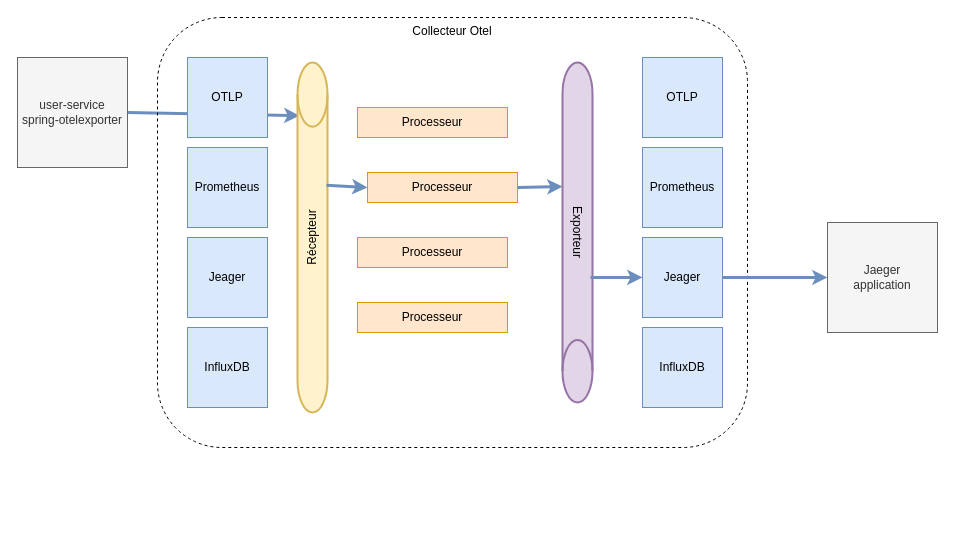
Earlier version of the draw.io diagram images/otel.drawio (chvois1/otel-spring). Source tidied: cells renumbered, new cells numbered last; positions are measured from the earlier drawing's top-left corner, leaving out a move shared by most shapes. Both pictures are drawn from the tidied source at 100%, with x=0, y=0 at pixel (17, 17).
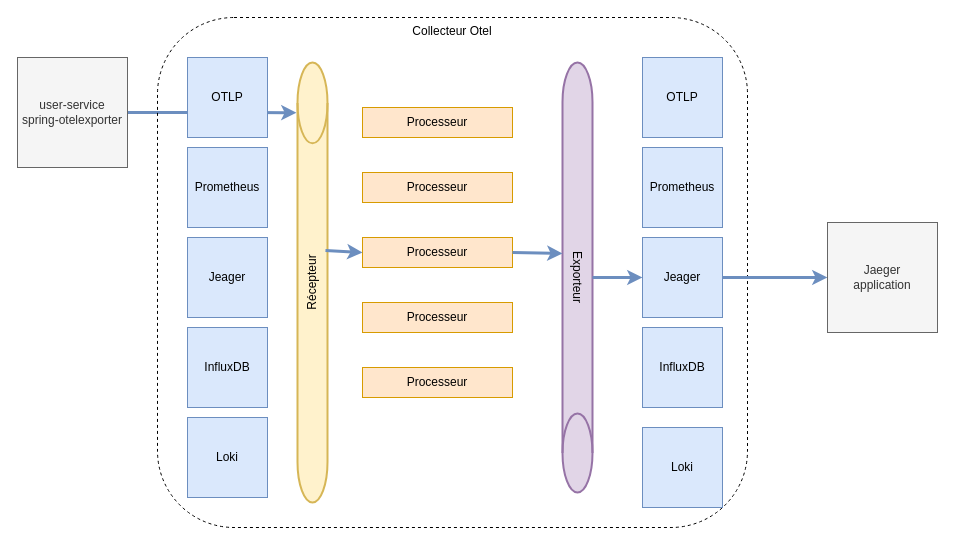
Above is the later version.

Unchanged cells that the change refers to:
```xml
<mxCell id="18" value="user-service&lt;br&gt;spring-otelexporter" style="whiteSpace=wrap;html=1;fillColor=#f5f5f5;strokeColor=#666666;fontColor=#333333;" parent="1" vertex="1">
  <mxGeometry y="40" width="110" height="110" as="geometry" />
</mxCell>
<mxCell id="24" value="Jeager" style="whiteSpace=wrap;html=1;fillColor=#dae8fc;strokeColor=#6c8ebf;" parent="1" vertex="1">
  <mxGeometry x="625" y="220" width="80" height="80" as="geometry" />
</mxCell>
```

Diff of the diagram source:
```diff
@@
-    <mxCell id="2" style="endArrow=classic;html=1;rounded=0;strokeWidth=3;fillColor=#dae8fc;strokeColor=#6c8ebf;entryX=0.848;entryY=0.067;entryDx=0;entryDy=0;entryPerimeter=0;exitX=1;exitY=0.5;exitDx=0;exitDy=0;" parent="1" edge="1" source="18" target="7">
+    <mxCell id="2" style="endArrow=classic;html=1;rounded=0;strokeWidth=3;fillColor=#dae8fc;strokeColor=#6c8ebf;exitX=1;exitY=0.5;exitDx=0;exitDy=0;entryX=0.886;entryY=-0.033;entryDx=0;entryDy=0;entryPerimeter=0;" parent="1" edge="1" source="18" target="7">
       <mxGeometry relative="1" as="geometry" />
     </mxCell>
     <mxCell id="3" value="Collecteur Otel" style="rounded=1;whiteSpace=wrap;html=1;fillColor=none;dashed=1;align=center;verticalAlign=top;" parent="1" vertex="1">
-      <mxGeometry x="140" width="590" height="430" as="geometry" />
+      <mxGeometry x="140" width="590" height="510" as="geometry" />
     </mxCell>
@@
     <mxCell id="7" value="Récepteur" style="strokeWidth=2;html=1;shape=mxgraph.flowchart.direct_data;whiteSpace=wrap;rotation=-90;fillColor=#fff2cc;strokeColor=#d6b656;" parent="1" vertex="1">
-      <mxGeometry x="120" y="205" width="350" height="30" as="geometry" />
+      <mxGeometry x="75" y="250" width="440" height="30" as="geometry" />
     </mxCell>
     <mxCell id="8" value="Exporteur" style="strokeWidth=2;html=1;shape=mxgraph.flowchart.direct_data;whiteSpace=wrap;rotation=90;fillColor=#e1d5e7;strokeColor=#9673a6;" parent="1" vertex="1">
-      <mxGeometry x="390" y="200" width="340" height="30" as="geometry" />
+      <mxGeometry x="345" y="245" width="430" height="30" as="geometry" />
     </mxCell>
@@
     <mxCell id="11" value="Processeur" style="rounded=0;whiteSpace=wrap;html=1;fillColor=#ffe6cc;strokeColor=#d79b00;" parent="1" vertex="1">
-      <mxGeometry x="340" y="90" width="150" height="30" as="geometry" />
+      <mxGeometry x="345" y="90" width="150" height="30" as="geometry" />
     </mxCell>
     <mxCell id="12" value="Processeur" style="rounded=0;whiteSpace=wrap;html=1;fillColor=#ffe6cc;strokeColor=#d79b00;" parent="1" vertex="1">
-      <mxGeometry x="350" y="155" width="150" height="30" as="geometry" />
+      <mxGeometry x="345" y="155" width="150" height="30" as="geometry" />
     </mxCell>
     <mxCell id="13" value="Processeur" style="rounded=0;whiteSpace=wrap;html=1;fillColor=#ffe6cc;strokeColor=#d79b00;" parent="1" vertex="1">
-      <mxGeometry x="340" y="220" width="150" height="30" as="geometry" />
+      <mxGeometry x="345" y="220" width="150" height="30" as="geometry" />
     </mxCell>
-    <mxCell id="14" style="endArrow=classic;html=1;rounded=0;strokeWidth=3;fillColor=#dae8fc;strokeColor=#6c8ebf;entryX=0;entryY=0.5;entryDx=0;entryDy=0;exitX=0.649;exitY=0.967;exitDx=0;exitDy=0;exitPerimeter=0;" parent="1" edge="1" source="7" target="12">
+    <mxCell id="14" style="endArrow=classic;html=1;rounded=0;strokeWidth=3;fillColor=#dae8fc;strokeColor=#6c8ebf;exitX=0.573;exitY=0.933;exitDx=0;exitDy=0;exitPerimeter=0;entryX=0;entryY=0.5;entryDx=0;entryDy=0;" parent="1" edge="1" source="7" target="13">
       <mxGeometry relative="1" as="geometry" />
     </mxCell>
-    <mxCell id="15" style="endArrow=classic;html=1;rounded=0;strokeWidth=3;fillColor=#dae8fc;strokeColor=#6c8ebf;entryX=0.365;entryY=1;entryDx=0;entryDy=0;exitX=1;exitY=0.5;exitDx=0;exitDy=0;entryPerimeter=0;" parent="1" edge="1" source="12" target="8">
+    <mxCell id="15" style="endArrow=classic;html=1;rounded=0;strokeWidth=3;fillColor=#dae8fc;strokeColor=#6c8ebf;entryX=0.444;entryY=1;entryDx=0;entryDy=0;exitX=1;exitY=0.5;exitDx=0;exitDy=0;entryPerimeter=0;" parent="1" edge="1" source="13" target="8">
       <mxGeometry relative="1" as="geometry" />
     </mxCell>
-    <mxCell id="16" style="endArrow=classic;html=1;rounded=0;strokeWidth=3;fillColor=#dae8fc;strokeColor=#6c8ebf;entryX=0;entryY=0.5;entryDx=0;entryDy=0;exitX=0.632;exitY=0.067;exitDx=0;exitDy=0;exitPerimeter=0;" parent="1" edge="1" source="8" target="24">
+    <mxCell id="16" style="endArrow=classic;html=1;rounded=0;strokeWidth=3;fillColor=#dae8fc;strokeColor=#6c8ebf;entryX=0;entryY=0.5;entryDx=0;entryDy=0;" parent="1" edge="1" source="8" target="24">
       <mxGeometry relative="1" as="geometry" />
     </mxCell>
@@
     <mxCell id="22" value="Processeur" style="rounded=0;whiteSpace=wrap;html=1;fillColor=#ffe6cc;strokeColor=#d79b00;" parent="1" vertex="1">
-      <mxGeometry x="340" y="285" width="150" height="30" as="geometry" />
+      <mxGeometry x="345" y="285" width="150" height="30" as="geometry" />
     </mxCell>
@@
+    <mxCell id="25" value="Loki" style="whiteSpace=wrap;html=1;fillColor=#dae8fc;strokeColor=#6c8ebf;" parent="1" vertex="1">
+      <mxGeometry x="170" y="400" width="80" height="80" as="geometry" />
+    </mxCell>
+    <mxCell id="26" value="Loki" style="whiteSpace=wrap;html=1;fillColor=#dae8fc;strokeColor=#6c8ebf;" parent="1" vertex="1">
+      <mxGeometry x="625" y="410" width="80" height="80" as="geometry" />
+    </mxCell>
+    <mxCell id="27" value="Processeur" style="rounded=0;whiteSpace=wrap;html=1;fillColor=#ffe6cc;strokeColor=#d79b00;" parent="1" vertex="1">
+      <mxGeometry x="345" y="350" width="150" height="30" as="geometry" />
+    </mxCell>
+    <mxCell id="28" style="edgeStyle=orthogonalEdgeStyle;rounded=0;orthogonalLoop=1;jettySize=auto;html=1;exitX=0.5;exitY=1;exitDx=0;exitDy=0;" parent="1" edge="1" source="11" target="11">
+      <mxGeometry relative="1" as="geometry" />
+    </mxCell>
```
